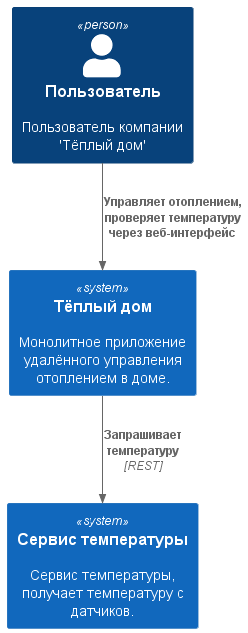
This is apps/diagrams/context/context.png from yaspichihin/ydx_arch_sprint_1, a PlantUML export, as it was before one commit. Its diagram source:
```plantuml
@startuml

!include https://raw.githubusercontent.com/plantuml-stdlib/C4-PlantUML/master/C4_Context.puml

Person(smarthome_user, "Пользователь", "Пользователь компании 'Тёплый дом'")

System(system, "Тёплый дом", "Монолитное приложение удалённого управления отоплением в доме.")
System(sensor, "Сервис температуры", "Сервис температуры, получает температуру с датчиков.")

Rel(smarthome_user, system, "Управляет отоплением, проверяет температуру через веб-интерфейс")
Rel(system, sensor, "Запрашивает температуру", "REST")

@enduml
```
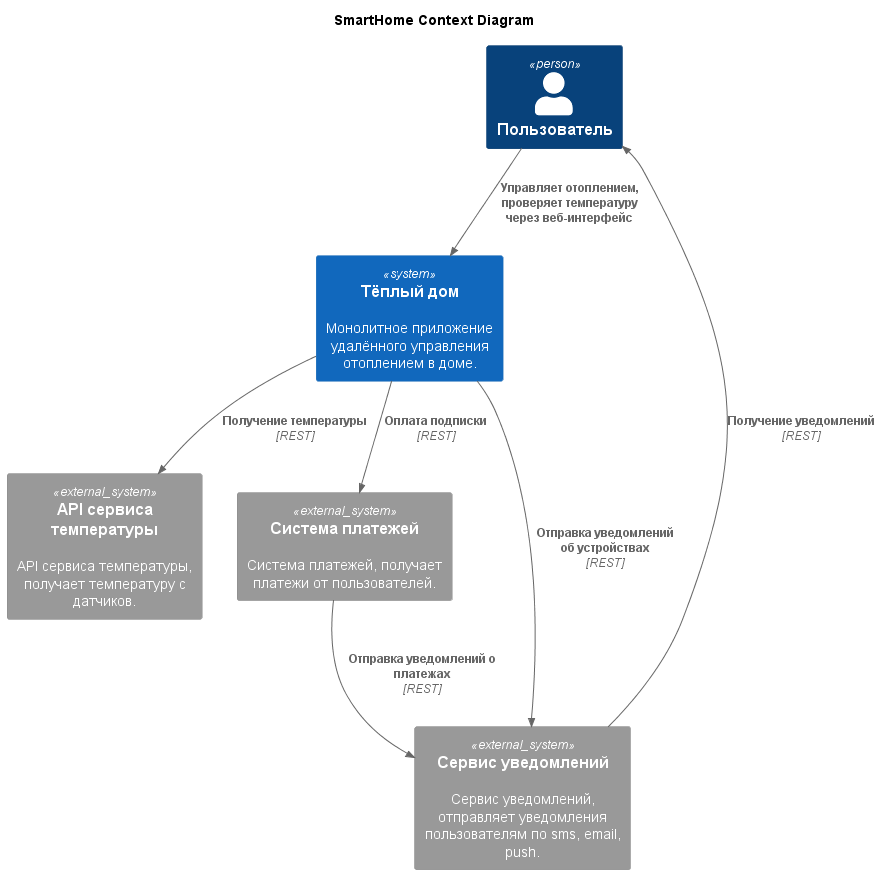
Later version of the same file.

What changed in the source:
```diff
@@ -1,13 +1,22 @@
 @startuml
+
+title SmartHome Context Diagram
+top to bottom direction
 
 !include https://raw.githubusercontent.com/plantuml-stdlib/C4-PlantUML/master/C4_Context.puml
 
-Person(smarthome_user, "Пользователь", "Пользователь компании 'Тёплый дом'")
+Person(smarthome_user, "Пользователь")
 
-System(system, "Тёплый дом", "Монолитное приложение удалённого управления отоплением в доме.")
-System(sensor, "Сервис температуры", "Сервис температуры, получает температуру с датчиков.")
+System(smarthome_app, "Тёплый дом", "Монолитное приложение удалённого управления отоплением в доме.")
+System_Ext(temperature_service, "API сервиса температуры", "API сервиса температуры, получает температуру с датчиков.")
+System_Ext(payment_system, "Система платежей", "Система платежей, получает платежи от пользователей.")
+System_Ext(notification_system, "Сервис уведомлений", "Сервис уведомлений, отправляет уведомления пользователям по sms, email, push.")
 
-Rel(smarthome_user, system, "Управляет отоплением, проверяет температуру через веб-интерфейс")
-Rel(system, sensor, "Запрашивает температуру", "REST")
+Rel(smarthome_user, smarthome_app, "Управляет отоплением, проверяет температуру через веб-интерфейс")
+Rel(smarthome_app, temperature_service, "Получение температуры", "REST")
+Rel(smarthome_app, payment_system, "Оплата подписки", "REST")
+Rel(payment_system, notification_system, "Отправка уведомлений о платежах", "REST")
+Rel(smarthome_app, notification_system, "Отправка уведомлений об устройствах", "REST")
+Rel(notification_system, smarthome_user, "Получение уведомлений", "REST")
 
 @enduml
```
